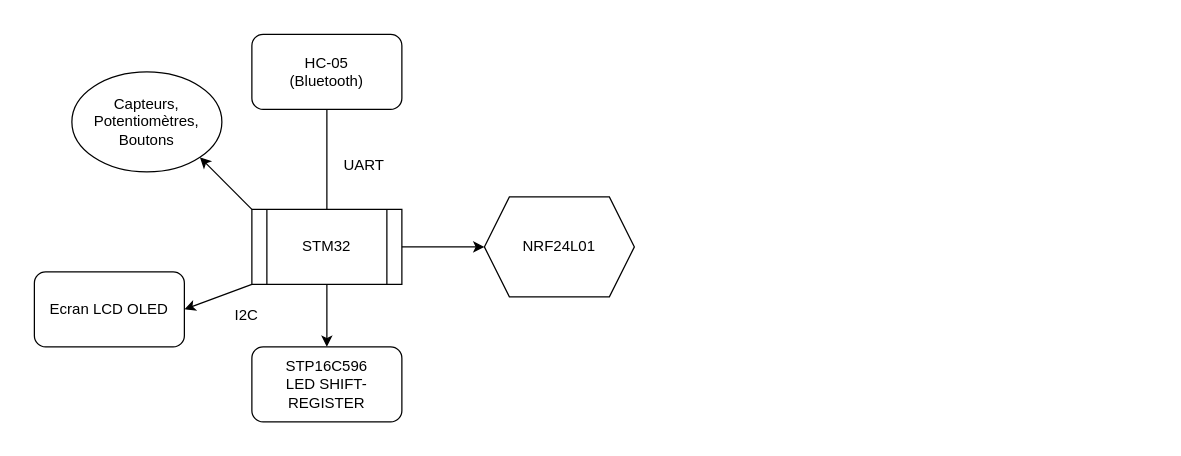
Earlier version of the draw.io diagram .github/Diagramme sans nom.drawio (guedesite/guedesite). Source tidied: cells renumbered, new cells numbered last; positions are measured from the earlier drawing's top-left corner, leaving out a move shared by most shapes. Both pictures are drawn from the tidied source at 125%, with x=0, y=0 at pixel (34, 34).
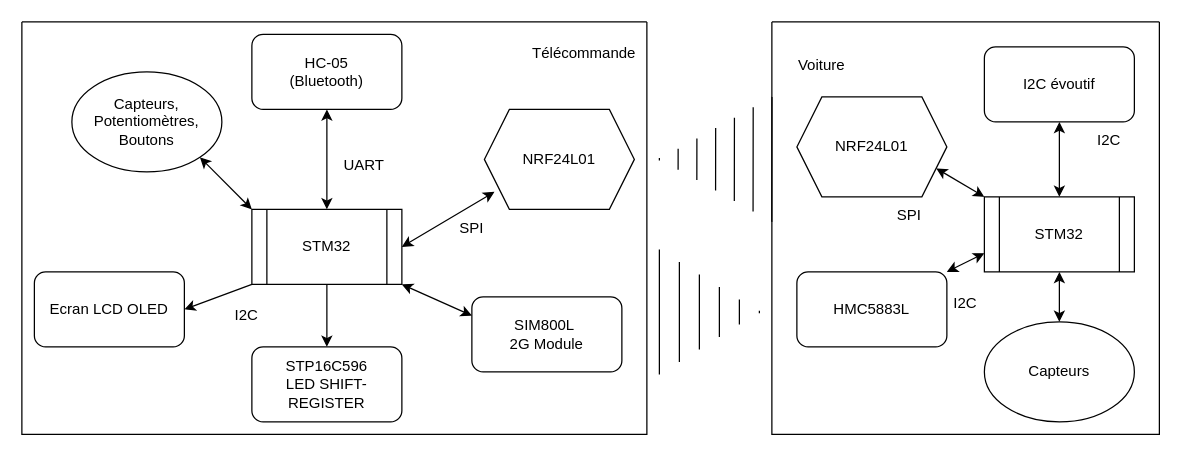
The same diagram, later.

Unchanged cells that the change refers to:
```xml
<mxCell id="2" value="STM32" style="shape=process;whiteSpace=wrap;html=1;backgroundOutline=1;" parent="1" vertex="1">
  <mxGeometry x="174" y="140" width="120" height="60" as="geometry" />
</mxCell>
<mxCell id="5" value="HC-05&lt;br&gt;(Bluetooth)" style="rounded=1;whiteSpace=wrap;html=1;" parent="1" vertex="1">
  <mxGeometry x="174" width="120" height="60" as="geometry" />
</mxCell>
<mxCell id="7" value="Capteurs,&lt;br&gt;Potentiomètres,&lt;br&gt;Boutons" style="ellipse;whiteSpace=wrap;html=1;" parent="1" vertex="1">
  <mxGeometry x="30" y="30" width="120" height="80" as="geometry" />
</mxCell>
```

What changed in the source:
```diff
@@
-    <mxCell id="3" style="endArrow=classic;html=1;rounded=0;exitX=0.5;exitY=0;exitDx=0;exitDy=0;" parent="1" edge="1" source="2">
-      <mxGeometry relative="1" as="geometry">
-        <mxPoint x="234" y="50" as="targetPoint" />
-      </mxGeometry>
-    </mxCell>
@@
-    <mxCell id="6" style="endArrow=classic;html=1;rounded=0;entryX=1;entryY=1;entryDx=0;entryDy=0;exitX=0;exitY=0;exitDx=0;exitDy=0;" parent="1" edge="1" source="2" target="7">
-      <mxGeometry relative="1" as="geometry" />
-    </mxCell>
@@
-    <mxCell id="8" value="NRF24L01" style="shape=hexagon;perimeter=hexagonPerimeter2;whiteSpace=wrap;html=1;fixedSize=1;" parent="1" vertex="1">
-      <mxGeometry x="360" y="130" width="120" height="80" as="geometry" />
-    </mxCell>
-    <mxCell id="9" style="endArrow=classic;html=1;rounded=0;exitX=1;exitY=0.5;exitDx=0;exitDy=0;" parent="1" edge="1" source="2" target="8">
-      <mxGeometry relative="1" as="geometry" />
-    </mxCell>
@@
+    <mxCell id="15" style="swimlane;startSize=0;" parent="1" vertex="1">
+      <mxGeometry x="-10" y="-10" width="500" height="330" as="geometry" />
+    </mxCell>
+    <mxCell id="16" value="Télécommande" style="text;html=1;strokeColor=none;fillColor=none;align=center;verticalAlign=middle;whiteSpace=wrap;rounded=0;" parent="15" vertex="1">
+      <mxGeometry x="420" y="10" width="60" height="30" as="geometry" />
+    </mxCell>
+    <mxCell id="8" value="NRF24L01" style="shape=hexagon;perimeter=hexagonPerimeter2;whiteSpace=wrap;html=1;fixedSize=1;" parent="15" vertex="1">
+      <mxGeometry x="370" y="70" width="120" height="80" as="geometry" />
+    </mxCell>
+    <mxCell id="17" value="SIM800L&amp;nbsp;&lt;br&gt;2G Module" style="rounded=1;whiteSpace=wrap;html=1;" parent="15" vertex="1">
+      <mxGeometry x="360" y="220" width="120" height="60" as="geometry" />
+    </mxCell>
+    <mxCell id="18" value="SPI" style="text;html=1;strokeColor=none;fillColor=none;align=center;verticalAlign=middle;whiteSpace=wrap;rounded=0;" parent="15" vertex="1">
+      <mxGeometry x="330" y="150" width="60" height="30" as="geometry" />
+    </mxCell>
+    <mxCell id="19" style="swimlane;startSize=0;" parent="1" vertex="1">
+      <mxGeometry x="590" y="-10" width="310" height="330" as="geometry" />
+    </mxCell>
+    <mxCell id="20" value="NRF24L01" style="shape=hexagon;perimeter=hexagonPerimeter2;whiteSpace=wrap;html=1;fixedSize=1;" parent="19" vertex="1">
+      <mxGeometry x="20" y="60" width="120" height="80" as="geometry" />
+    </mxCell>
+    <mxCell id="21" value="STM32" style="shape=process;whiteSpace=wrap;html=1;backgroundOutline=1;" parent="19" vertex="1">
+      <mxGeometry x="170" y="140" width="120" height="60" as="geometry" />
+    </mxCell>
+    <mxCell id="22" value="I2C évoutif" style="rounded=1;whiteSpace=wrap;html=1;" parent="19" vertex="1">
+      <mxGeometry x="170" y="20" width="120" height="60" as="geometry" />
+    </mxCell>
+    <mxCell id="23" value="HMC5883L&lt;br&gt;" style="rounded=1;whiteSpace=wrap;html=1;" parent="19" vertex="1">
+      <mxGeometry x="20" y="200" width="120" height="60" as="geometry" />
+    </mxCell>
+    <mxCell id="24" value="Capteurs" style="ellipse;whiteSpace=wrap;html=1;" parent="19" vertex="1">
+      <mxGeometry x="170" y="240" width="120" height="80" as="geometry" />
+    </mxCell>
+    <mxCell id="25" value="I2C" style="text;html=1;strokeColor=none;fillColor=none;align=center;verticalAlign=middle;whiteSpace=wrap;rounded=0;" parent="19" vertex="1">
+      <mxGeometry x="240" y="80" width="60" height="30" as="geometry" />
+    </mxCell>
+    <mxCell id="26" value="I2C" style="text;html=1;strokeColor=none;fillColor=none;align=center;verticalAlign=middle;whiteSpace=wrap;rounded=0;" parent="19" vertex="1">
+      <mxGeometry x="125" y="210" width="60" height="30" as="geometry" />
+    </mxCell>
+    <mxCell id="27" value="SPI" style="text;html=1;strokeColor=none;fillColor=none;align=center;verticalAlign=middle;whiteSpace=wrap;rounded=0;" parent="19" vertex="1">
+      <mxGeometry x="80" y="140" width="60" height="30" as="geometry" />
+    </mxCell>
+    <mxCell id="28" style="endArrow=classic;startArrow=classic;html=1;rounded=0;exitX=1;exitY=0.75;exitDx=0;exitDy=0;" parent="19" edge="1" source="20">
+      <mxGeometry relative="1" as="geometry">
+        <mxPoint x="170" y="140" as="targetPoint" />
+      </mxGeometry>
+    </mxCell>
+    <mxCell id="29" style="endArrow=classic;startArrow=classic;html=1;rounded=0;exitX=0.5;exitY=0;exitDx=0;exitDy=0;entryX=0.5;entryY=1;entryDx=0;entryDy=0;" parent="19" edge="1" source="21" target="22">
+      <mxGeometry relative="1" as="geometry" />
+    </mxCell>
+    <mxCell id="30" style="endArrow=classic;startArrow=classic;html=1;rounded=0;exitX=0;exitY=0.75;exitDx=0;exitDy=0;entryX=1;entryY=0;entryDx=0;entryDy=0;" parent="19" edge="1" source="21" target="23">
+      <mxGeometry relative="1" as="geometry" />
+    </mxCell>
+    <mxCell id="31" style="endArrow=classic;startArrow=classic;html=1;rounded=0;exitX=0.5;exitY=0;exitDx=0;exitDy=0;entryX=0.5;entryY=1;entryDx=0;entryDy=0;" parent="19" edge="1" source="24" target="21">
+      <mxGeometry relative="1" as="geometry" />
+    </mxCell>
+    <mxCell id="32" value="Voiture" style="text;html=1;strokeColor=none;fillColor=none;align=center;verticalAlign=middle;whiteSpace=wrap;rounded=0;" parent="19" vertex="1">
+      <mxGeometry x="10" y="20" width="60" height="30" as="geometry" />
+    </mxCell>
+    <mxCell id="33" style="shape=mxgraph.arrows2.wedgeArrowDashed2;html=1;startWidth=50;stepSize=15;rounded=0;" parent="1" edge="1">
+      <mxGeometry relative="1" as="geometry">
+        <mxPoint x="500" y="222" as="sourcePoint" />
+        <mxPoint x="580" y="222" as="targetPoint" />
+      </mxGeometry>
+    </mxCell>
+    <mxCell id="34" style="shape=mxgraph.arrows2.wedgeArrowDashed2;html=1;startWidth=50;stepSize=15;rounded=0;entryX=1.02;entryY=0.333;entryDx=0;entryDy=0;entryPerimeter=0;" parent="1" edge="1" target="15">
+      <mxGeometry relative="1" as="geometry">
+        <mxPoint x="590" y="100" as="sourcePoint" />
+      </mxGeometry>
+    </mxCell>
+    <mxCell id="35" style="endArrow=classic;startArrow=classic;html=1;rounded=0;exitX=0.5;exitY=0;exitDx=0;exitDy=0;entryX=0.5;entryY=1;entryDx=0;entryDy=0;" parent="1" edge="1" source="2" target="5">
+      <mxGeometry relative="1" as="geometry" />
+    </mxCell>
+    <mxCell id="9" style="endArrow=classic;startArrow=classic;html=1;rounded=0;exitX=1;exitY=0.5;exitDx=0;exitDy=0;entryX=0.067;entryY=0.825;entryDx=0;entryDy=0;entryPerimeter=0;" parent="1" edge="1" source="2" target="8">
+      <mxGeometry relative="1" as="geometry" />
+    </mxCell>
+    <mxCell id="36" style="endArrow=classic;startArrow=classic;html=1;rounded=0;exitX=1;exitY=1;exitDx=0;exitDy=0;entryX=0;entryY=0.25;entryDx=0;entryDy=0;" parent="1" edge="1" source="2" target="17">
+      <mxGeometry relative="1" as="geometry" />
+    </mxCell>
+    <mxCell id="6" style="endArrow=classic;startArrow=classic;html=1;rounded=0;exitX=0;exitY=0;exitDx=0;exitDy=0;entryX=1;entryY=1;entryDx=0;entryDy=0;" parent="1" edge="1" source="2" target="7">
+      <mxGeometry relative="1" as="geometry" />
+    </mxCell>
```
